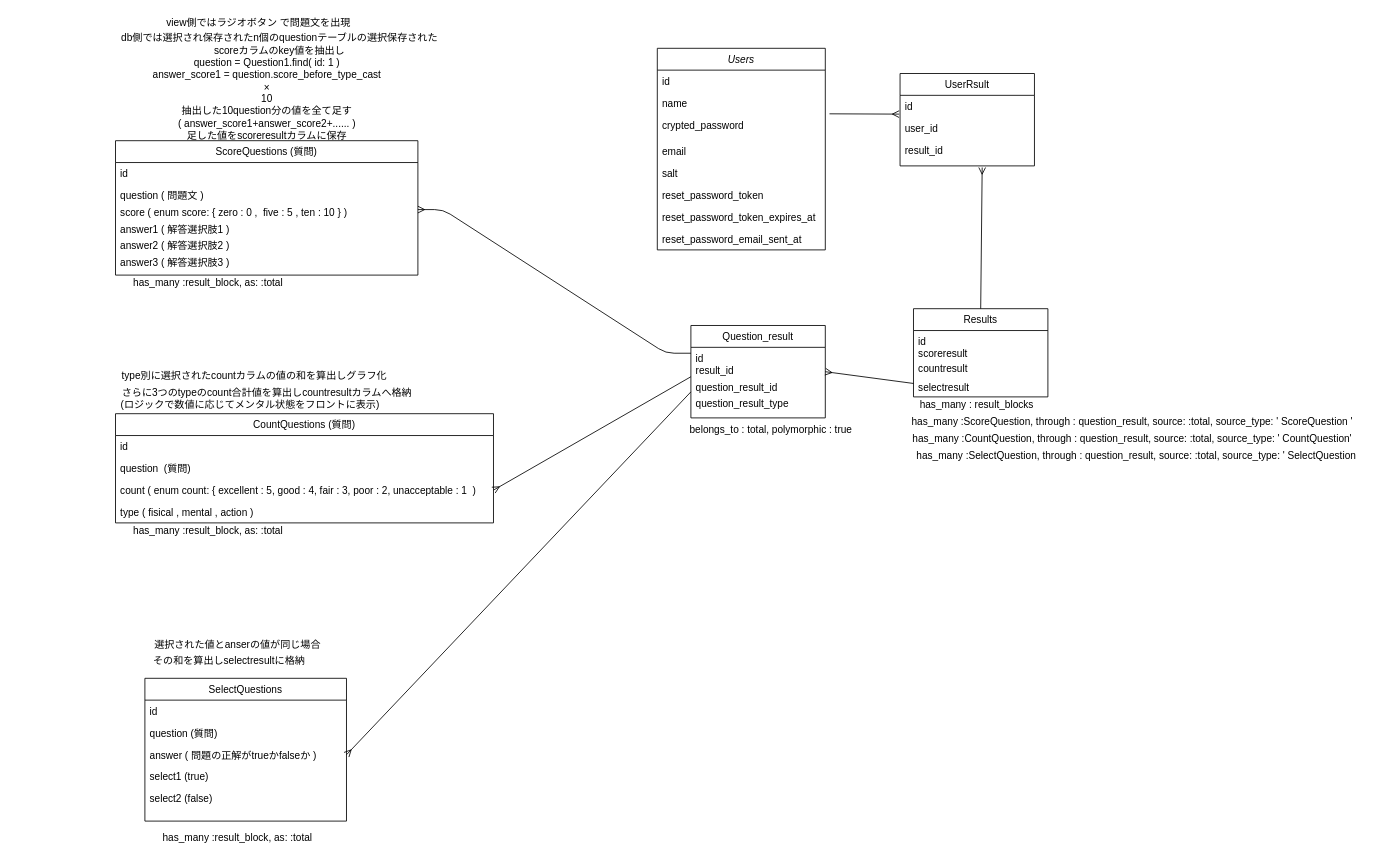
ko-suke1016/IKEMENTAL keeps this draw.io diagram as Untitled Diagram.drawio. Above is the earlier version. Source tidied: cells renumbered, new cells numbered last; positions are measured from the earlier drawing's top-left corner, leaving out a move shared by most shapes. Both pictures are drawn from the tidied source at 84%, with x=0, y=0 at pixel (14, 14).
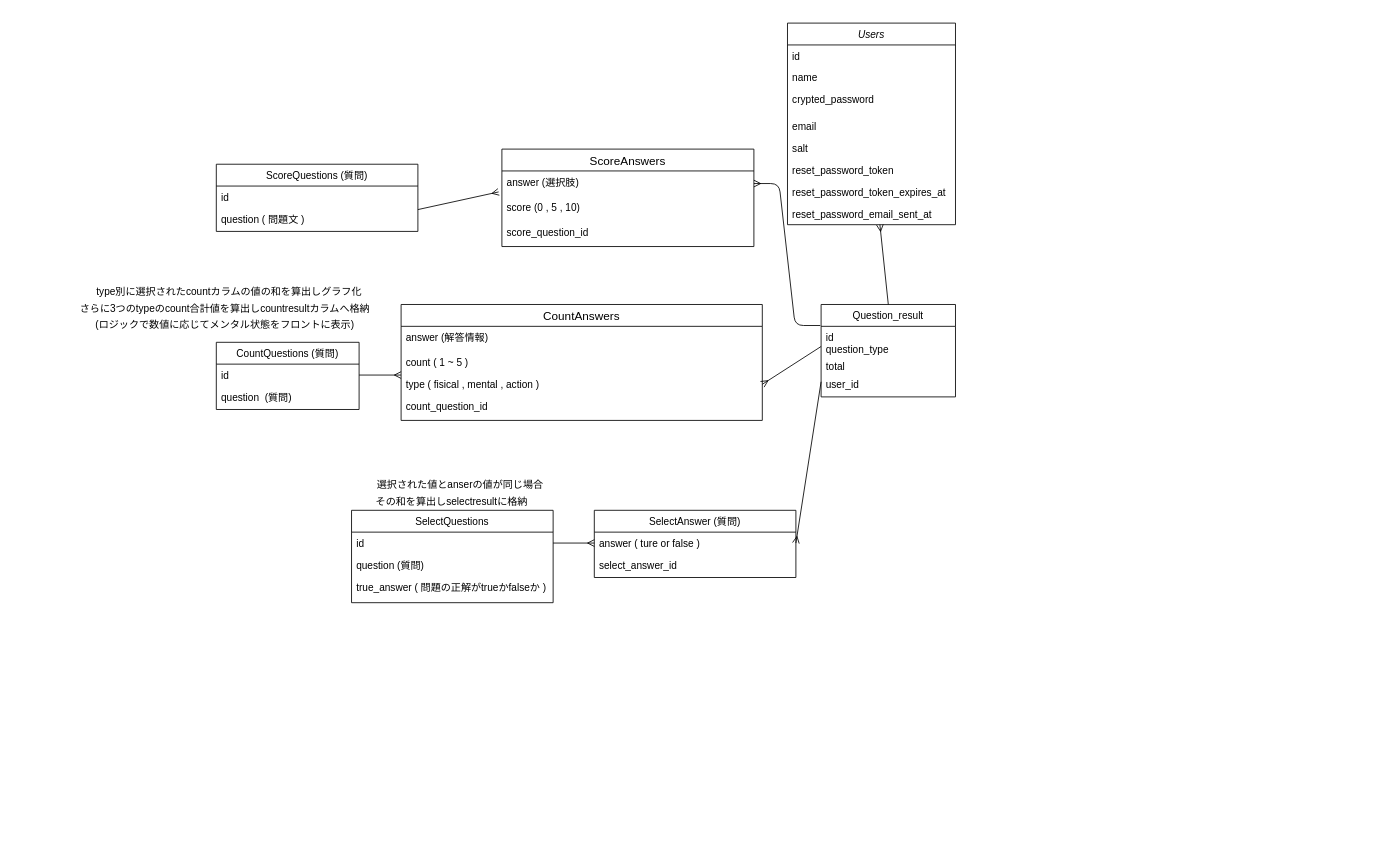
After the change.

Unchanged cells that the change refers to:
```xml
<mxCell id="10" value="reset_password_email_sent_at" style="text;align=left;verticalAlign=top;spacingLeft=4;spacingRight=4;overflow=hidden;points=[[0,0.5],[1,0.5]];portConstraint=eastwest;rounded=0;shadow=0;html=0;" parent="2" vertex="1">
  <mxGeometry y="214" width="200" height="26" as="geometry" />
</mxCell>
<mxCell id="17" value="id" style="text;align=left;verticalAlign=top;spacingLeft=4;spacingRight=4;overflow=hidden;points=[[0,0.5],[1,0.5]];portConstraint=eastwest;" parent="16" vertex="1">
  <mxGeometry y="26" width="240" height="26" as="geometry" />
</mxCell>
<mxCell id="36" value="id" style="text;align=left;verticalAlign=top;spacingLeft=4;spacingRight=4;overflow=hidden;points=[[0,0.5],[1,0.5]];portConstraint=eastwest;" parent="35" vertex="1">
  <mxGeometry y="26" width="160" height="14" as="geometry" />
</mxCell>
```

Change to the diagram source:
```diff
@@
     <mxCell id="2" value="Users" style="swimlane;fontStyle=2;align=center;verticalAlign=top;horizontal=1;startSize=26;rounded=0;shadow=0;strokeWidth=1;" parent="1" vertex="1">
-      <mxGeometry x="765" y="40" width="200" height="240" as="geometry" />
+      <mxGeometry x="920" y="10" width="200" height="240" as="geometry" />
     </mxCell>
@@
     <mxCell id="11" value="CountQuestions (質問)" style="swimlane;fontStyle=0;align=center;verticalAlign=top;horizontal=1;startSize=26;rounded=0;shadow=0;strokeWidth=1;" parent="1" vertex="1">
-      <mxGeometry x="120" y="475" width="450" height="130" as="geometry" />
+      <mxGeometry x="240" y="390" width="170" height="80" as="geometry" />
     </mxCell>
     <mxCell id="12" value="id" style="text;align=left;verticalAlign=top;spacingLeft=4;spacingRight=4;overflow=hidden;points=[[0,0.5],[1,0.5]];portConstraint=eastwest;" parent="11" vertex="1">
-      <mxGeometry y="26" width="450" height="26" as="geometry" />
+      <mxGeometry y="26" width="170" height="26" as="geometry" />
     </mxCell>
     <mxCell id="13" value="question  (質問)" style="text;align=left;verticalAlign=top;spacingLeft=4;spacingRight=4;overflow=hidden;rounded=0;shadow=0;html=0;" parent="11" vertex="1">
-      <mxGeometry y="52" width="450" height="26" as="geometry" />
+      <mxGeometry y="52" width="170" height="26" as="geometry" />
     </mxCell>
-    <mxCell id="14" value="count ( enum count: { excellent : 5, good : 4, fair : 3, poor : 2, unacceptable : 1  )" style="text;align=left;verticalAlign=top;spacingLeft=4;spacingRight=4;overflow=hidden;points=[[0,0.5],[1,0.5]];portConstraint=eastwest;" parent="11" vertex="1">
-      <mxGeometry y="78" width="450" height="26" as="geometry" />
-    </mxCell>
-    <mxCell id="15" value="type ( fisical , mental , action )" style="text;align=left;verticalAlign=top;spacingLeft=4;spacingRight=4;overflow=hidden;points=[[0,0.5],[1,0.5]];portConstraint=eastwest;rounded=0;shadow=0;html=0;" parent="11" vertex="1">
-      <mxGeometry y="104" width="450" height="26" as="geometry" />
-    </mxCell>
     <mxCell id="16" value="SelectQuestions" style="swimlane;fontStyle=0;align=center;verticalAlign=top;horizontal=1;startSize=26;rounded=0;shadow=0;strokeWidth=1;" parent="1" vertex="1">
-      <mxGeometry x="155" y="790" width="240" height="170" as="geometry" />
+      <mxGeometry x="401" y="590" width="240" height="110" as="geometry" />
     </mxCell>
@@
-    <mxCell id="19" value="answer ( 問題の正解がtrueかfalseか )" style="text;align=left;verticalAlign=top;spacingLeft=4;spacingRight=4;overflow=hidden;points=[[0,0.5],[1,0.5]];portConstraint=eastwest;" parent="16" vertex="1">
+    <mxCell id="19" value="true_answer ( 問題の正解がtrueかfalseか )" style="text;align=left;verticalAlign=top;spacingLeft=4;spacingRight=4;overflow=hidden;points=[[0,0.5],[1,0.5]];portConstraint=eastwest;" parent="16" vertex="1">
       <mxGeometry y="78" width="240" height="26" as="geometry" />
     </mxCell>
-    <mxCell id="20" value="select1 (true)" style="text;align=left;verticalAlign=top;spacingLeft=4;spacingRight=4;overflow=hidden;rounded=0;shadow=0;html=0;" parent="16" vertex="1">
-      <mxGeometry y="104" width="240" height="26" as="geometry" />
-    </mxCell>
-    <mxCell id="21" value="select2 (false)" style="text;align=left;verticalAlign=top;spacingLeft=4;spacingRight=4;overflow=hidden;rounded=0;shadow=0;html=0;" parent="16" vertex="1">
-      <mxGeometry y="130" width="240" height="26" as="geometry" />
-    </mxCell>
@@
-    <mxCell id="23" value="Results" style="swimlane;fontStyle=0;align=center;verticalAlign=top;horizontal=1;startSize=26;rounded=0;shadow=0;strokeWidth=1;" parent="1" vertex="1">
-      <mxGeometry x="1070" y="350" width="160" height="105" as="geometry" />
-    </mxCell>
-    <mxCell id="24" value="id" style="text;align=left;verticalAlign=top;spacingLeft=4;spacingRight=4;overflow=hidden;" parent="23" vertex="1">
-      <mxGeometry y="26" width="160" height="14" as="geometry" />
-    </mxCell>
-    <mxCell id="25" value="scoreresult" style="text;align=left;verticalAlign=top;spacingLeft=4;spacingRight=4;overflow=hidden;" parent="23" vertex="1">
-      <mxGeometry y="40" width="160" height="18" as="geometry" />
-    </mxCell>
-    <mxCell id="26" value="countresult" style="text;align=left;verticalAlign=top;spacingLeft=4;spacingRight=4;overflow=hidden;rounded=0;shadow=0;html=0;" parent="23" vertex="1">
-      <mxGeometry y="58" width="160" height="22" as="geometry" />
-    </mxCell>
-    <mxCell id="27" value="selectresult" style="text;align=left;verticalAlign=top;spacingLeft=4;spacingRight=4;overflow=hidden;points=[[0,0.5],[1,0.5]];portConstraint=eastwest;rounded=0;shadow=0;html=0;" parent="23" vertex="1">
-      <mxGeometry y="80" width="160" height="18" as="geometry" />
-    </mxCell>
-    <mxCell id="28" value="UserRsult" style="swimlane;fontStyle=0;align=center;verticalAlign=top;horizontal=1;startSize=26;rounded=0;shadow=0;strokeWidth=1;" parent="1" vertex="1">
-      <mxGeometry x="1054" y="70" width="160" height="110" as="geometry" />
-    </mxCell>
-    <mxCell id="29" value="id" style="text;align=left;verticalAlign=top;spacingLeft=4;spacingRight=4;overflow=hidden;" parent="28" vertex="1">
-      <mxGeometry y="26" width="160" height="26" as="geometry" />
-    </mxCell>
-    <mxCell id="30" value="user_id" style="text;align=left;verticalAlign=top;spacingLeft=4;spacingRight=4;overflow=hidden;points=[[0,0.5],[1,0.5]];portConstraint=eastwest;rounded=0;shadow=0;html=0;" parent="28" vertex="1">
-      <mxGeometry y="52" width="160" height="26" as="geometry" />
-    </mxCell>
-    <mxCell id="31" value="result_id" style="text;align=left;verticalAlign=top;spacingLeft=4;spacingRight=4;overflow=hidden;points=[[0,0.5],[1,0.5]];portConstraint=eastwest;rounded=0;shadow=0;html=0;" parent="28" vertex="1">
-      <mxGeometry y="78" width="160" height="32" as="geometry" />
-    </mxCell>
-    <mxCell id="32" style="fontSize=12;html=1;endArrow=ERmany;exitX=0.5;exitY=0;exitDx=0;exitDy=0;entryX=0.611;entryY=1.059;entryDx=0;entryDy=0;entryPerimeter=0;" parent="1" edge="1" source="23" target="31">
-      <mxGeometry relative="1" as="geometry" />
-    </mxCell>
-    <mxCell id="33" style="fontSize=12;html=1;endArrow=ERmany;entryX=-0.007;entryY=-0.14;entryDx=0;entryDy=0;entryPerimeter=0;" parent="1" edge="1" target="30">
-      <mxGeometry relative="1" as="geometry">
-        <mxPoint x="970" y="118" as="sourcePoint" />
-      </mxGeometry>
-    </mxCell>
-    <mxCell id="34" value="has_many : result_blocks" style="text;html=1;align=center;verticalAlign=middle;strokeColor=none;" parent="1" vertex="1">
-      <mxGeometry x="1070" y="455" width="150" height="20" as="geometry" />
-    </mxCell>
     <mxCell id="35" value="Question_result" style="swimlane;fontStyle=0;align=center;verticalAlign=top;horizontal=1;startSize=26;rounded=0;shadow=0;strokeWidth=1;" parent="1" vertex="1">
-      <mxGeometry x="805" y="370" width="160" height="110" as="geometry" />
+      <mxGeometry x="960" y="345" width="160" height="110" as="geometry" />
     </mxCell>
@@
-    <mxCell id="37" value="result_id" style="text;align=left;verticalAlign=top;spacingLeft=4;spacingRight=4;overflow=hidden;points=[[0,0.5],[1,0.5]];portConstraint=eastwest;" parent="35" vertex="1">
+    <mxCell id="37" value="question_type" style="text;align=left;verticalAlign=top;spacingLeft=4;spacingRight=4;overflow=hidden;points=[[0,0.5],[1,0.5]];portConstraint=eastwest;" parent="35" vertex="1">
       <mxGeometry y="40" width="160" height="20" as="geometry" />
     </mxCell>
+    <mxCell id="39" value="total" style="text;align=left;verticalAlign=top;spacingLeft=4;spacingRight=4;overflow=hidden;" parent="35" vertex="1">
+      <mxGeometry y="60" width="160" height="22" as="geometry" />
+    </mxCell>
-    <mxCell id="38" value="question_result_id" style="text;align=left;verticalAlign=top;spacingLeft=4;spacingRight=4;overflow=hidden;points=[[0,0.5],[1,0.5]];portConstraint=eastwest;" parent="35" vertex="1">
-      <mxGeometry y="60" width="160" height="20" as="geometry" />
+    <mxCell id="38" value="user_id" style="text;align=left;verticalAlign=top;spacingLeft=4;spacingRight=4;overflow=hidden;points=[[0,0.5],[1,0.5]];portConstraint=eastwest;" parent="35" vertex="1">
+      <mxGeometry y="82" width="160" height="20" as="geometry" />
     </mxCell>
-    <mxCell id="39" value="question_result_type" style="text;align=left;verticalAlign=top;spacingLeft=4;spacingRight=4;overflow=hidden;" parent="35" vertex="1">
-      <mxGeometry y="80" width="160" height="22" as="geometry" />
-    </mxCell>
-    <mxCell id="40" style="fontSize=12;html=1;endArrow=ERmany;entryX=1;entryY=0.5;entryDx=0;entryDy=0;exitX=0;exitY=0.5;exitDx=0;exitDy=0;" parent="1" edge="1" source="27" target="35">
-      <mxGeometry relative="1" as="geometry" />
-    </mxCell>
-    <mxCell id="41" value="has_many :result_block, as: :total" style="text;html=1;align=center;verticalAlign=middle;strokeColor=none;" parent="1" vertex="1">
-      <mxGeometry x="135" y="310" width="190" height="20" as="geometry" />
-    </mxCell>
-    <mxCell id="42" value="belongs_to : total, polymorphic : true" style="text;html=1;align=center;verticalAlign=middle;strokeColor=none;" parent="1" vertex="1">
-      <mxGeometry x="795" y="485" width="210" height="20" as="geometry" />
-    </mxCell>
-    <mxCell id="43" value="has_many :ScoreQuestion, through : question_result, source: :total, source_type: ' ScoreQuestion '" style="text;html=1;align=center;verticalAlign=middle;strokeColor=none;" parent="1" vertex="1">
-      <mxGeometry x="1060" y="475" width="540" height="20" as="geometry" />
-    </mxCell>
-    <mxCell id="44" value="has_many :CountQuestion, through : question_result, source: :total, source_type: ' CountQuestion'" style="text;html=1;align=center;verticalAlign=middle;strokeColor=none;" parent="1" vertex="1">
-      <mxGeometry x="1060" y="495" width="540" height="20" as="geometry" />
-    </mxCell>
-    <mxCell id="45" value="has_many :SelectQuestion, through : question_result, source: :total, source_type: ' SelectQuestion" style="text;html=1;align=center;verticalAlign=middle;strokeColor=none;" parent="1" vertex="1">
-      <mxGeometry x="1065" y="515" width="540" height="20" as="geometry" />
-    </mxCell>
-    <mxCell id="46" style="edgeStyle=entityRelationEdgeStyle;fontSize=12;html=1;endArrow=ERmany;exitX=0;exitY=0.5;exitDx=0;exitDy=0;entryX=1;entryY=0.5;entryDx=0;entryDy=0;" parent="1" edge="1" source="36" target="54">
-      <mxGeometry relative="1" as="geometry" />
-    </mxCell>
-    <mxCell id="47" style="fontSize=12;html=1;endArrow=ERmany;entryX=1;entryY=0.5;entryDx=0;entryDy=0;exitX=0;exitY=0.5;exitDx=0;exitDy=0;" parent="1" edge="1" target="14">
-      <mxGeometry relative="1" as="geometry">
-        <mxPoint x="805" y="431" as="sourcePoint" />
-      </mxGeometry>
-    </mxCell>
-    <mxCell id="48" style="fontSize=12;html=1;endArrow=ERmany;exitX=0;exitY=0.5;exitDx=0;exitDy=0;entryX=1;entryY=0.5;entryDx=0;entryDy=0;" parent="1" edge="1" target="19">
-      <mxGeometry relative="1" as="geometry">
-        <mxPoint x="805" y="449" as="sourcePoint" />
-      </mxGeometry>
-    </mxCell>
-    <mxCell id="49" value="has_many :result_block, as: :total" style="text;html=1;align=center;verticalAlign=middle;strokeColor=none;" parent="1" vertex="1">
-      <mxGeometry x="135" y="605" width="190" height="20" as="geometry" />
-    </mxCell>
-    <mxCell id="50" value="has_many :result_block, as: :total" style="text;html=1;align=center;verticalAlign=middle;strokeColor=none;" parent="1" vertex="1">
-      <mxGeometry x="170" y="970" width="190" height="20" as="geometry" />
-    </mxCell>
     <mxCell id="51" value="ScoreQuestions (質問)" style="swimlane;fontStyle=0;align=center;verticalAlign=top;horizontal=1;startSize=26;rounded=0;shadow=0;strokeWidth=1;" parent="1" vertex="1">
-      <mxGeometry x="120" y="150" width="360" height="160" as="geometry" />
+      <mxGeometry x="240" y="178" width="240" height="80" as="geometry" />
     </mxCell>
     <mxCell id="52" value="id" style="text;align=left;verticalAlign=top;spacingLeft=4;spacingRight=4;overflow=hidden;" parent="51" vertex="1">
-      <mxGeometry y="26" width="360" height="26" as="geometry" />
+      <mxGeometry y="26" width="240" height="26" as="geometry" />
     </mxCell>
     <mxCell id="53" value="question ( 問題文 )" style="text;align=left;verticalAlign=top;spacingLeft=4;spacingRight=4;overflow=hidden;rounded=0;shadow=0;html=0;" parent="51" vertex="1">
-      <mxGeometry y="52" width="360" height="20" as="geometry" />
+      <mxGeometry y="52" width="240" height="20" as="geometry" />
     </mxCell>
-    <mxCell id="54" value="score ( enum score: { zero : 0 ,  five : 5 , ten : 10 } ) " style="text;align=left;verticalAlign=top;spacingLeft=4;spacingRight=4;overflow=hidden;points=[[0,0.5],[1,0.5]];portConstraint=eastwest;rounded=0;shadow=0;html=0;" parent="51" vertex="1">
-      <mxGeometry y="72" width="360" height="20" as="geometry" />
-    </mxCell>
-    <mxCell id="55" value="answer1 ( 解答選択肢1 )" style="text;align=left;verticalAlign=top;spacingLeft=4;spacingRight=4;overflow=hidden;rounded=0;shadow=0;html=0;" parent="51" vertex="1">
-      <mxGeometry y="92" width="360" height="20" as="geometry" />
-    </mxCell>
-    <mxCell id="56" value="answer2 ( 解答選択肢2 )" style="text;align=left;verticalAlign=top;spacingLeft=4;spacingRight=4;overflow=hidden;rounded=0;shadow=0;html=0;" parent="51" vertex="1">
-      <mxGeometry y="112" width="360" height="20" as="geometry" />
-    </mxCell>
-    <mxCell id="57" value="answer3 ( 解答選択肢3 )" style="text;align=left;verticalAlign=top;spacingLeft=4;spacingRight=4;overflow=hidden;rounded=0;shadow=0;html=0;" parent="51" vertex="1">
-      <mxGeometry y="132" width="360" height="20" as="geometry" />
-    </mxCell>
-    <mxCell id="58" value="db側では選択され保存されたn個のquestionテーブルの選択保存された&lt;br&gt;scoreカラムのkey値を抽出し" style="text;html=1;align=center;verticalAlign=middle;strokeColor=none;" parent="1" vertex="1">
-      <mxGeometry x="120" y="20" width="390" height="30" as="geometry" />
-    </mxCell>
-    <mxCell id="59" value="question = Question1.find( id: 1 )&lt;br&gt;answer_score1 = question.score_before_type_cast&lt;br&gt;×&lt;br&gt;10&lt;br&gt;抽出した10question分の値を全て足す&lt;br&gt;( answer_score1+answer_score2+...... )&lt;br&gt;足した値をscoreresultカラムに保存&lt;br&gt;&lt;br&gt;&amp;nbsp;" style="text;html=1;align=center;verticalAlign=middle;strokeColor=none;" parent="1" vertex="1">
-      <mxGeometry x="155" y="50" width="290" height="130" as="geometry" />
-    </mxCell>
-    <mxCell id="60" value="view側ではラジオボタン で問題文を出現" style="text;html=1;align=center;verticalAlign=middle;strokeColor=none;" parent="1" vertex="1">
-      <mxGeometry x="110" width="360" height="20" as="geometry" />
-    </mxCell>
     <mxCell id="61" value="type別に選択されたcountカラムの値の和を算出しグラフ化" style="text;html=1;align=center;verticalAlign=middle;strokeColor=none;" parent="1" vertex="1">
-      <mxGeometry x="120" y="420" width="330" height="20" as="geometry" />
+      <mxGeometry x="90" y="320" width="330" height="20" as="geometry" />
     </mxCell>
     <mxCell id="62" value="さらに3つのtypeのcount合計値を算出しcountresultカラムへ格納" style="text;html=1;align=center;verticalAlign=middle;strokeColor=none;" parent="1" vertex="1">
-      <mxGeometry x="120" y="440" width="360" height="20" as="geometry" />
+      <mxGeometry x="70" y="340" width="360" height="20" as="geometry" />
     </mxCell>
     <mxCell id="63" value="(ロジックで数値に応じてメンタル状態をフロントに表示)" style="text;html=1;align=center;verticalAlign=middle;strokeColor=none;" parent="1" vertex="1">
-      <mxGeometry x="120" y="455" width="320" height="20" as="geometry" />
+      <mxGeometry x="90" y="360" width="320" height="20" as="geometry" />
     </mxCell>
     <mxCell id="64" value="選択された値とanserの値が同じ場合" style="text;html=1;align=center;verticalAlign=middle;strokeColor=none;" parent="1" vertex="1">
-      <mxGeometry x="160" y="740" width="210" height="20" as="geometry" />
+      <mxGeometry x="425" y="550" width="210" height="20" as="geometry" />
     </mxCell>
     <mxCell id="65" value="その和を算出しselectresultに格納" style="text;html=1;align=center;verticalAlign=middle;strokeColor=none;" parent="1" vertex="1">
-      <mxGeometry x="155" y="760" width="200" height="20" as="geometry" />
+      <mxGeometry x="420" y="570" width="200" height="20" as="geometry" />
     </mxCell>
+    <mxCell id="66" style="fontSize=12;html=1;endArrow=ERmany;entryX=0.55;entryY=1;entryDx=0;entryDy=0;entryPerimeter=0;exitX=0.5;exitY=0;exitDx=0;exitDy=0;" parent="1" edge="1" source="35" target="10">
+      <mxGeometry relative="1" as="geometry" />
+    </mxCell>
+    <mxCell id="67" value="ScoreAnswers" style="swimlane;fontStyle=0;horizontal=1;startSize=26;align=center;fontSize=14;" parent="1" vertex="1">
+      <mxGeometry x="580" y="160" width="300" height="116" as="geometry" />
+    </mxCell>
+    <mxCell id="68" value="answer (選択肢)" style="text;strokeColor=none;fillColor=none;spacingLeft=4;spacingRight=4;overflow=hidden;points=[[0,0.5],[1,0.5]];portConstraint=eastwest;fontSize=12;" parent="67" vertex="1">
+      <mxGeometry y="26" width="300" height="30" as="geometry" />
+    </mxCell>
+    <mxCell id="69" value="score (0 , 5 , 10)" style="text;strokeColor=none;fillColor=none;spacingLeft=4;spacingRight=4;overflow=hidden;fontSize=12;" parent="67" vertex="1">
+      <mxGeometry y="56" width="300" height="30" as="geometry" />
+    </mxCell>
+    <mxCell id="70" value="score_question_id" style="text;strokeColor=none;fillColor=none;spacingLeft=4;spacingRight=4;overflow=hidden;fontSize=12;" parent="67" vertex="1">
+      <mxGeometry y="86" width="300" height="30" as="geometry" />
+    </mxCell>
+    <mxCell id="71" style="fontSize=12;html=1;endArrow=ERmany;entryX=-0.013;entryY=0.833;entryDx=0;entryDy=0;elbow=vertical;exitX=1;exitY=0.5;exitDx=0;exitDy=0;entryPerimeter=0;" parent="1" edge="1" target="68">
+      <mxGeometry relative="1" as="geometry">
+        <mxPoint x="480" y="232" as="sourcePoint" />
+      </mxGeometry>
+    </mxCell>
+    <mxCell id="72" style="edgeStyle=entityRelationEdgeStyle;fontSize=12;html=1;endArrow=ERmany;entryX=1;entryY=0.5;entryDx=0;entryDy=0;exitX=-0.006;exitY=-0.071;exitDx=0;exitDy=0;exitPerimeter=0;" parent="1" edge="1" source="36" target="68">
+      <mxGeometry relative="1" as="geometry" />
+    </mxCell>
+    <mxCell id="73" style="fontSize=12;html=1;endArrow=ERmany;exitX=0;exitY=0.5;exitDx=0;exitDy=0;entryX=1;entryY=0.5;entryDx=0;entryDy=0;" parent="1" edge="1" source="37" target="15">
+      <mxGeometry relative="1" as="geometry" />
+    </mxCell>
+    <mxCell id="74" value="CountAnswers" style="swimlane;fontStyle=0;horizontal=1;startSize=26;align=center;fontSize=14;" parent="1" vertex="1">
+      <mxGeometry x="460" y="345" width="430" height="138" as="geometry" />
+    </mxCell>
+    <mxCell id="75" value="answer (解答情報)" style="text;strokeColor=none;fillColor=none;spacingLeft=4;spacingRight=4;overflow=hidden;fontSize=12;" parent="74" vertex="1">
+      <mxGeometry y="26" width="430" height="30" as="geometry" />
+    </mxCell>
+    <mxCell id="76" value="count ( 1 ~ 5 )" style="text;align=left;verticalAlign=top;spacingLeft=4;spacingRight=4;overflow=hidden;rounded=0;shadow=0;html=0;" parent="74" vertex="1">
+      <mxGeometry y="56" width="430" height="26" as="geometry" />
+    </mxCell>
+    <mxCell id="15" value="type ( fisical , mental , action )" style="text;align=left;verticalAlign=top;spacingLeft=4;spacingRight=4;overflow=hidden;points=[[0,0.5],[1,0.5]];portConstraint=eastwest;rounded=0;shadow=0;html=0;" parent="74" vertex="1">
+      <mxGeometry y="82" width="430" height="26" as="geometry" />
+    </mxCell>
+    <mxCell id="77" value="count_question_id" style="text;strokeColor=none;fillColor=none;spacingLeft=4;spacingRight=4;overflow=hidden;fontSize=12;" parent="74" vertex="1">
+      <mxGeometry y="108" width="430" height="30" as="geometry" />
+    </mxCell>
+    <mxCell id="78" style="fontSize=12;html=1;endArrow=ERmany;exitX=1;exitY=0.5;exitDx=0;exitDy=0;" parent="1" edge="1" source="12">
+      <mxGeometry relative="1" as="geometry">
+        <mxPoint x="460" y="429" as="targetPoint" />
+      </mxGeometry>
+    </mxCell>
+    <mxCell id="79" value="SelectAnswer (質問)" style="swimlane;fontStyle=0;align=center;verticalAlign=top;horizontal=1;startSize=26;rounded=0;shadow=0;strokeWidth=1;" parent="1" vertex="1">
+      <mxGeometry x="690" y="590" width="240" height="80" as="geometry" />
+    </mxCell>
+    <mxCell id="80" value="answer ( ture or false )" style="text;align=left;verticalAlign=top;spacingLeft=4;spacingRight=4;overflow=hidden;points=[[0,0.5],[1,0.5]];portConstraint=eastwest;" parent="79" vertex="1">
+      <mxGeometry y="26" width="240" height="26" as="geometry" />
+    </mxCell>
+    <mxCell id="81" value="select_answer_id" style="text;align=left;verticalAlign=top;spacingLeft=4;spacingRight=4;overflow=hidden;rounded=0;shadow=0;html=0;" parent="79" vertex="1">
+      <mxGeometry y="52" width="240" height="26" as="geometry" />
+    </mxCell>
+    <mxCell id="82" style="fontSize=12;html=1;endArrow=ERmany;exitX=1;exitY=0.5;exitDx=0;exitDy=0;entryX=0;entryY=0.5;entryDx=0;entryDy=0;" parent="1" edge="1" source="17" target="80">
+      <mxGeometry relative="1" as="geometry" />
+    </mxCell>
+    <mxCell id="83" style="fontSize=12;html=1;endArrow=ERmany;exitX=0;exitY=0.5;exitDx=0;exitDy=0;entryX=1;entryY=0.5;entryDx=0;entryDy=0;" parent="1" edge="1" source="38" target="80">
+      <mxGeometry relative="1" as="geometry" />
+    </mxCell>
```
